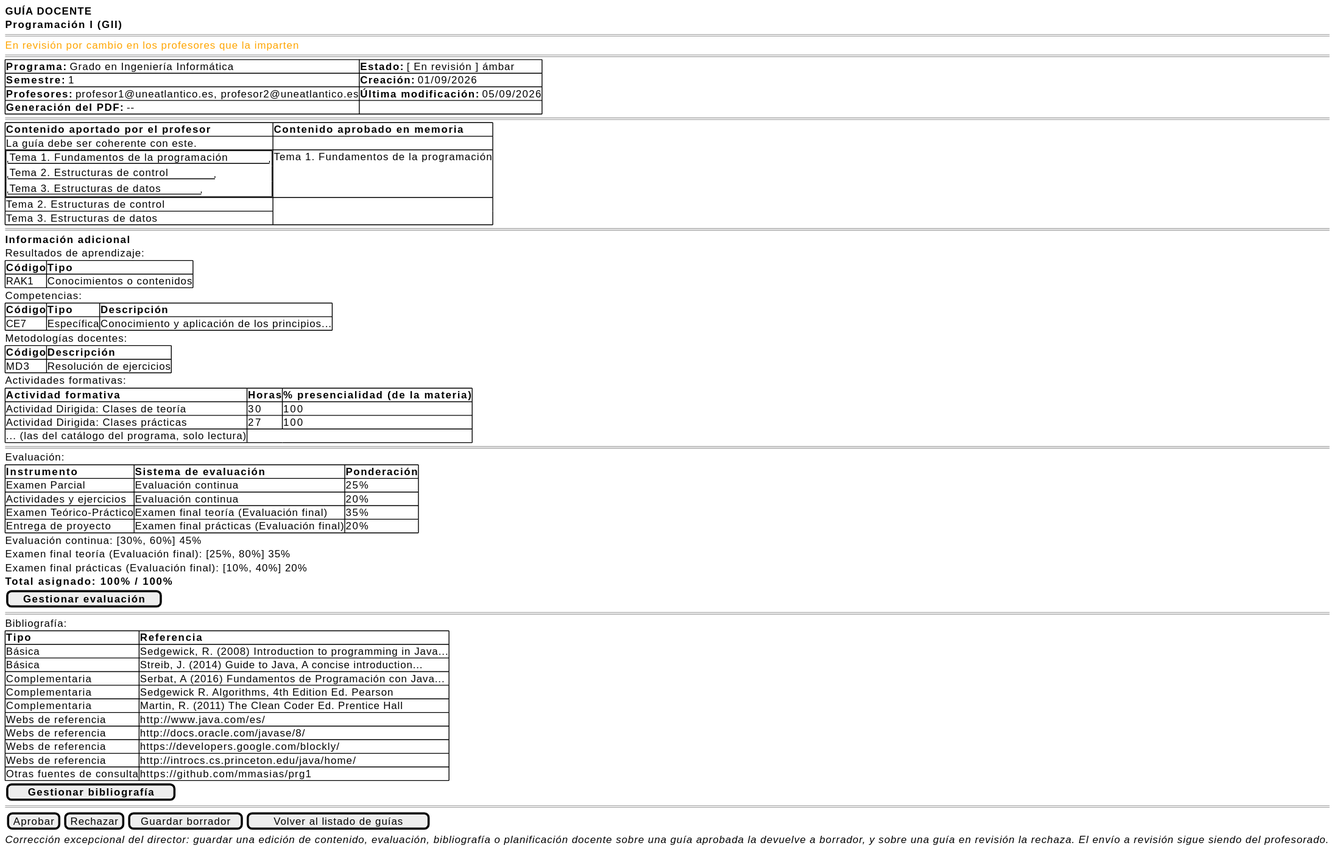
The PlantUML diagram images/RUP/01-requisitos/03-detalle-casos-uso/abrirGuia/wireframe-revision.svg in mmasias/pyCeldaPublico, before a commit. The source it was exported from:
```plantuml
@startsalt abrirGuia-wireframe-revision
{
    <b>GUÍA DOCENTE</b>
    <b>Programación I (GII)</b>
    ====
    <color:orange>En revisión por cambio en los profesores que la imparten</color>
    ====
    {#
        <b>Programa:</b> Grado en Ingeniería Informática | <b>Estado:</b> [ En revisión ] ámbar
        <b>Semestre:</b> 1 | <b>Creación:</b> 01/09/2026
        <b>Profesores:</b> profesor1@uneatlantico.es, profesor2@uneatlantico.es | <b>Última modificación:</b> 05/09/2026
         | <b>Generación del PDF:</b> --
    }
    ====
    {#
        <b>Contenido aportado por el profesor</b> | <b>Contenido aprobado en memoria</b>
         | La guía debe ser coherente con este.
        {+
            "Tema 1. Fundamentos de la programación"
            "Tema 2. Estructuras de control"
            "Tema 3. Estructuras de datos"
        } | Tema 1. Fundamentos de la programación
        Tema 2. Estructuras de control
        Tema 3. Estructuras de datos
    }
    ====
    <b>Información adicional</b>
    Resultados de aprendizaje:
    {#
        <b>Código | <b>Tipo
        RAK1 | Conocimientos o contenidos
    }
    Competencias:
    {#
        <b>Código | <b>Tipo | <b>Descripción
        CE7 | Específica | Conocimiento y aplicación de los principios...
    }
    Metodologías docentes:
    {#
        <b>Código | <b>Descripción
        MD3 | Resolución de ejercicios
    }
    Actividades formativas:
    {#
        <b>Actividad formativa | <b>Horas | <b>% presencialidad (de la materia)
        Actividad Dirigida: Clases de teoría | 30 | 100
        Actividad Dirigida: Clases prácticas | 27 | 100
        ... (las del catálogo del programa, solo lectura) | |
    }
    ====
    Evaluación:
    {#
        <b>Instrumento | <b>Sistema de evaluación | <b>Ponderación
        Examen Parcial | Evaluación continua | 25%
        Actividades y ejercicios | Evaluación continua | 20%
        Examen Teórico-Práctico | Examen final teoría (Evaluación final) | 35%
        Entrega de proyecto | Examen final prácticas (Evaluación final) | 20%
    }
    Evaluación continua: [30%, 60%] 45%
    Examen final teoría (Evaluación final): [25%, 80%] 35%
    Examen final prácticas (Evaluación final): [10%, 40%] 20%
    <b>Total asignado: 100% / 100%</b>
    [ <b>Gestionar evaluación</b> ]
    ====
    Bibliografía:
    {#
        <b>Tipo | <b>Referencia
        Básica | Sedgewick, R. (2008) Introduction to programming in Java...
        Básica | Streib, J. (2014) Guide to Java, A concise introduction...
        Complementaria | Serbat, A (2016) Fundamentos de Programación con Java...
        Complementaria | Sedgewick R. Algorithms, 4th Edition Ed. Pearson
        Complementaria | Martin, R. (2011) The Clean Coder Ed. Prentice Hall
        Webs de referencia | http://www.java.com/es/
        Webs de referencia | http://docs.oracle.com/javase/8/
        Webs de referencia | https://developers.google.com/blockly/
        Webs de referencia | http://introcs.cs.princeton.edu/java/home/
        Otras fuentes de consulta | https://github.com/mmasias/prg1
    }
    [ <b>Gestionar bibliografía</b> ]
    ====
    {[Aprobar] | [Rechazar] | [Guardar borrador] | [Volver al listado de guías]}
    <i>Corrección excepcional del director: guardar una edición de contenido, evaluación, bibliografía o planificación docente sobre una guía aprobada la devuelve a borrador, y sobre una guía en revisión la rechaza. El envío a revisión sigue siendo del profesorado.</i>
}
@endsalt
```
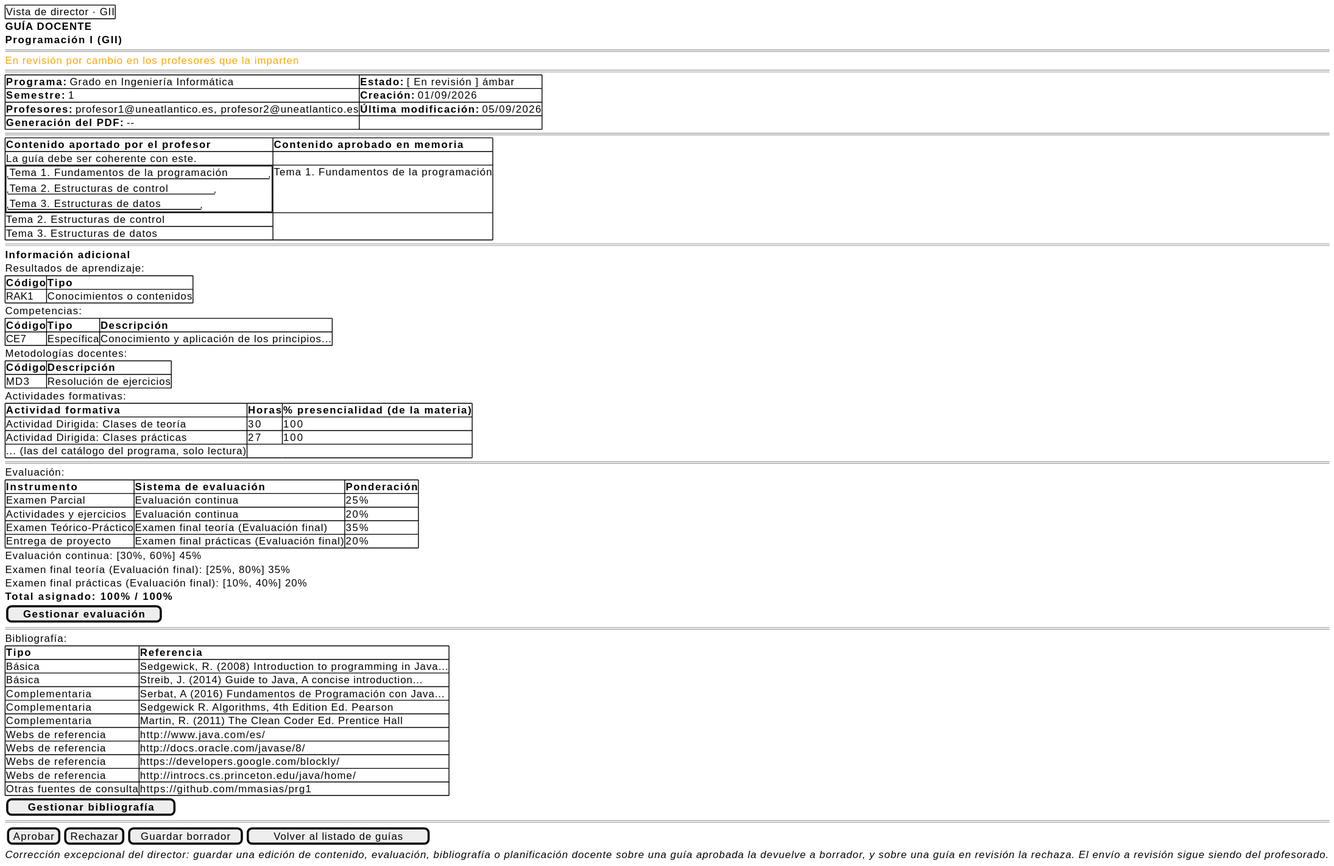
After the change.

Diff of the diagram source:
```diff
@@ -1,5 +1,6 @@
 @startsalt abrirGuia-wireframe-revision
 {
+    {+ Vista de director · GII }
     <b>GUÍA DOCENTE</b>
     <b>Programación I (GII)</b>
     ====
```
